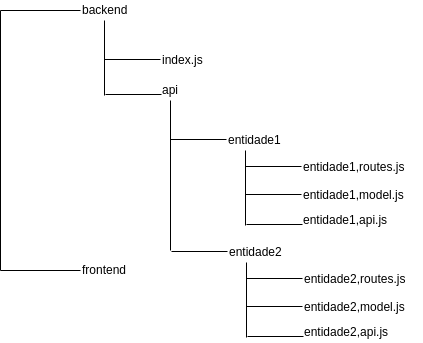
Earlier version of the draw.io export images/diretorios.png (joaoassisb/calendario-escolar). Source tidied: cells renumbered, new cells last; positions are measured from the earlier drawing's top-left corner, leaving out a move shared by most shapes.
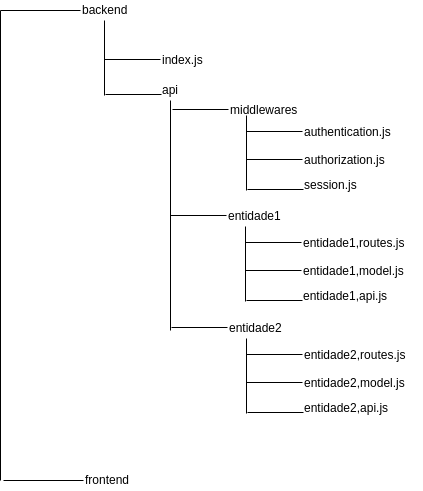
After the change.

Commit message:
fix: altera imagem

The edit, as a diff of the source:
```diff
@@ -4,36 +4,36 @@
     <mxCell id="1" parent="0" />
     <mxCell id="2" style="endArrow=none;html=1;" parent="1" edge="1">
       <mxGeometry relative="1" as="geometry">
-        <mxPoint x="80" y="10" as="sourcePoint" />
-        <mxPoint y="10" as="targetPoint" />
+        <mxPoint x="80" y="-66" as="sourcePoint" />
+        <mxPoint y="-66" as="targetPoint" />
       </mxGeometry>
     </mxCell>
     <mxCell id="3" value="backend&lt;br&gt;&lt;br&gt;" style="text;html=1;align=left;verticalAlign=top;spacingTop=-4;" parent="1" vertex="1">
-      <mxGeometry x="80" width="60" height="30" as="geometry" />
+      <mxGeometry x="80" y="-76" width="60" height="30" as="geometry" />
     </mxCell>
     <mxCell id="4" style="endArrow=none;html=1;" parent="1" edge="1">
       <mxGeometry relative="1" as="geometry">
-        <mxPoint x="104" y="95" as="sourcePoint" />
-        <mxPoint x="104" y="20" as="targetPoint" />
+        <mxPoint x="104" y="19" as="sourcePoint" />
+        <mxPoint x="104" y="-56" as="targetPoint" />
       </mxGeometry>
     </mxCell>
     <mxCell id="5" style="endArrow=none;html=1;" parent="1" edge="1">
       <mxGeometry relative="1" as="geometry">
-        <mxPoint x="160" y="59" as="sourcePoint" />
-        <mxPoint x="104" y="59" as="targetPoint" />
+        <mxPoint x="160" y="-17" as="sourcePoint" />
+        <mxPoint x="104" y="-17" as="targetPoint" />
       </mxGeometry>
     </mxCell>
     <mxCell id="6" value="index.js&lt;br&gt;&lt;br&gt;" style="text;html=1;align=left;verticalAlign=top;spacingTop=-4;" parent="1" vertex="1">
-      <mxGeometry x="160" y="50" width="60" height="30" as="geometry" />
+      <mxGeometry x="160" y="-26" width="60" height="30" as="geometry" />
     </mxCell>
     <mxCell id="7" style="endArrow=none;html=1;" parent="1" edge="1">
       <mxGeometry relative="1" as="geometry">
-        <mxPoint x="161" y="94" as="sourcePoint" />
-        <mxPoint x="105" y="94" as="targetPoint" />
+        <mxPoint x="161" y="18" as="sourcePoint" />
+        <mxPoint x="105" y="18" as="targetPoint" />
       </mxGeometry>
     </mxCell>
     <mxCell id="8" value="api&lt;br&gt;&lt;br&gt;" style="text;html=1;align=left;verticalAlign=top;spacingTop=-4;" parent="1" vertex="1">
-      <mxGeometry x="160" y="80" width="30" height="30" as="geometry" />
+      <mxGeometry x="160" y="4" width="30" height="30" as="geometry" />
     </mxCell>
     <mxCell id="9" style="endArrow=none;html=1;" parent="1" edge="1">
       <mxGeometry relative="1" as="geometry">
@@ -70,23 +70,23 @@
     </mxCell>
     <mxCell id="16" style="endArrow=none;html=1;" parent="1" edge="1">
       <mxGeometry relative="1" as="geometry">
-        <mxPoint y="270" as="sourcePoint" />
-        <mxPoint y="10" as="targetPoint" />
+        <mxPoint y="404" as="sourcePoint" />
+        <mxPoint y="-66" as="targetPoint" />
       </mxGeometry>
     </mxCell>
     <mxCell id="17" value="frontend&lt;br&gt;" style="text;html=1;align=left;verticalAlign=top;spacingTop=-4;" parent="1" vertex="1">
-      <mxGeometry x="80" y="260" width="60" height="20" as="geometry" />
+      <mxGeometry x="83" y="394" width="60" height="20" as="geometry" />
     </mxCell>
     <mxCell id="18" style="endArrow=none;html=1;" parent="1" edge="1">
       <mxGeometry relative="1" as="geometry">
-        <mxPoint x="80" y="270" as="sourcePoint" />
-        <mxPoint y="270" as="targetPoint" />
+        <mxPoint x="83" y="404" as="sourcePoint" />
+        <mxPoint x="3" y="404" as="targetPoint" />
       </mxGeometry>
     </mxCell>
     <mxCell id="19" style="endArrow=none;html=1;" parent="1" edge="1">
       <mxGeometry relative="1" as="geometry">
-        <mxPoint x="170" y="250" as="sourcePoint" />
-        <mxPoint x="170" y="100" as="targetPoint" />
+        <mxPoint x="170" y="254" as="sourcePoint" />
+        <mxPoint x="170" y="24" as="targetPoint" />
       </mxGeometry>
     </mxCell>
     <mxCell id="20" style="endArrow=none;html=1;" parent="1" edge="1">
@@ -140,5 +140,47 @@
     <mxCell id="30" value="entidade2&lt;br&gt;" style="text;html=1;align=left;verticalAlign=top;spacingTop=-4;" parent="1" vertex="1">
       <mxGeometry x="227" y="242" width="70" height="20" as="geometry" />
     </mxCell>
+    <mxCell id="31" style="endArrow=none;html=1;" parent="1" edge="1">
+      <mxGeometry relative="1" as="geometry">
+        <mxPoint x="228" y="33" as="sourcePoint" />
+        <mxPoint x="172" y="33" as="targetPoint" />
+      </mxGeometry>
+    </mxCell>
+    <mxCell id="32" value="middlewares&lt;br&gt;" style="text;html=1;align=left;verticalAlign=top;spacingTop=-4;" parent="1" vertex="1">
+      <mxGeometry x="228" y="24" width="80" height="20" as="geometry" />
+    </mxCell>
+    <mxCell id="33" style="endArrow=none;html=1;" parent="1" edge="1">
+      <mxGeometry relative="1" as="geometry">
+        <mxPoint x="246" y="114" as="sourcePoint" />
+        <mxPoint x="246" y="39" as="targetPoint" />
+      </mxGeometry>
+    </mxCell>
+    <mxCell id="34" style="endArrow=none;html=1;" parent="1" edge="1">
+      <mxGeometry relative="1" as="geometry">
+        <mxPoint x="302" y="83" as="sourcePoint" />
+        <mxPoint x="246" y="83" as="targetPoint" />
+      </mxGeometry>
+    </mxCell>
+    <mxCell id="35" style="endArrow=none;html=1;" parent="1" edge="1">
+      <mxGeometry relative="1" as="geometry">
+        <mxPoint x="303" y="113" as="sourcePoint" />
+        <mxPoint x="247" y="113" as="targetPoint" />
+      </mxGeometry>
+    </mxCell>
+    <mxCell id="36" value="session.js&lt;br&gt;&lt;br&gt;" style="text;html=1;align=left;verticalAlign=top;spacingTop=-4;" parent="1" vertex="1">
+      <mxGeometry x="302" y="99" width="70" height="30" as="geometry" />
+    </mxCell>
+    <mxCell id="37" style="endArrow=none;html=1;" parent="1" edge="1">
+      <mxGeometry relative="1" as="geometry">
+        <mxPoint x="302" y="55" as="sourcePoint" />
+        <mxPoint x="246" y="55" as="targetPoint" />
+      </mxGeometry>
+    </mxCell>
+    <mxCell id="38" value="authorization.js&lt;br&gt;" style="text;html=1;align=left;verticalAlign=top;spacingTop=-4;" parent="1" vertex="1">
+      <mxGeometry x="302" y="74" width="100" height="20" as="geometry" />
+    </mxCell>
+    <mxCell id="39" value="authentication.js&lt;br&gt;" style="text;html=1;align=left;verticalAlign=top;spacingTop=-4;" parent="1" vertex="1">
+      <mxGeometry x="302" y="46" width="100" height="20" as="geometry" />
+    </mxCell>
   </root>
 </mxGraphModel>
```
